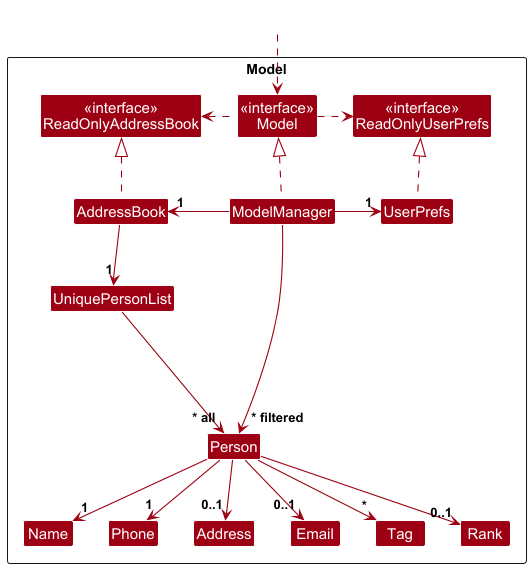
Above: docs/images/ModelClassDiagram.png in Dumboiroy/tp (PlantUML), before the change.
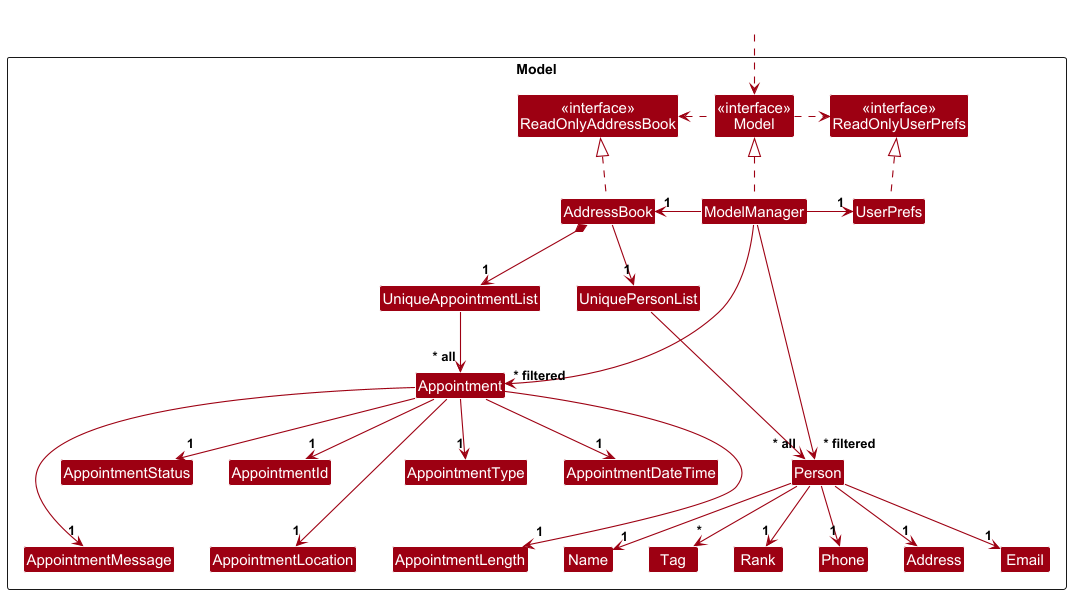
Later version of the same file.

Diff of the diagram source:
```diff
@@ -21,6 +21,16 @@
 Class Tag
 Class Rank
 
+Class UniqueAppointmentList
+Class Appointment
+Class AppointmentId
+Class AppointmentDateTime
+Class AppointmentLength
+Class AppointmentLocation
+Class AppointmentType
+Class AppointmentMessage
+Class AppointmentStatus
+
 Class I #FFFFFF
 }
 
@@ -40,10 +50,10 @@
 UniquePersonList --> "~* all" Person
 Person --> "1"Name
 Person --> "1"Phone
-Person --> "0..1"Email
-Person --> "0..1"Address
+Person --> "1"Email
+Person --> "1"Address
 Person --> "*" Tag
-Person --> "0..1"Rank
+Person --> "1"Rank
 
 Person -[hidden]up--> I
 UniquePersonList -[hidden]right-> I
@@ -53,4 +63,20 @@
 Address -[hidden]right-> Email
 
 ModelManager --> "~* filtered" Person
+
+AddressBook *--> "1" UniqueAppointmentList
+UniqueAppointmentList --> "~* all" Appointment
+Appointment --> "1"AppointmentStatus
+Appointment --> "1"AppointmentDateTime
+Appointment --> "1"AppointmentLength
+Appointment --> "1"AppointmentId
+Appointment --> "1"AppointmentLocation
+Appointment --> "1"AppointmentType
+Appointment --> "1"AppointmentMessage
+
+AppointmentLocation -[hidden]up-> AppointmentId
+AppointmentMessage -[hidden]up-> AppointmentStatus
+AppointmentLength -[hidden]up-> AppointmentType
+AppointmentDateTime -[hidden]left-> AppointmentStatus
+ModelManager --> "~* filtered" Appointment
 @enduml
```
